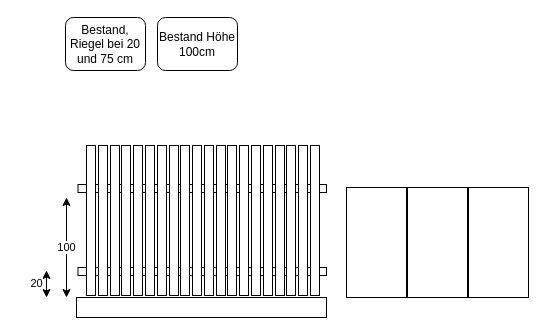
The draw.io diagram otZaun/ZaunProportionen.drawio in karstenpe/M3, before the edit. Source tidied: cells renumbered, new cells numbered last; positions are measured from the earlier drawing's top-left corner, leaving out a move shared by most shapes. Both pictures are drawn from the tidied source at 100%, with x=0, y=0 at pixel (46, 17).
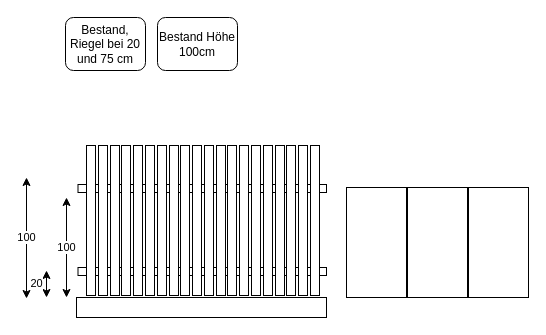
The same diagram, later.

Diff of the diagram source:
```diff
@@
+    <mxCell id="32" value="100" style="endArrow=classic;startArrow=classic;html=1;" parent="1" edge="1">
+      <mxGeometry relative="1" as="geometry">
+        <mxPoint x="-20" y="281" as="sourcePoint" />
+        <mxPoint x="-20" y="160" as="targetPoint" />
+      </mxGeometry>
+    </mxCell>
```
